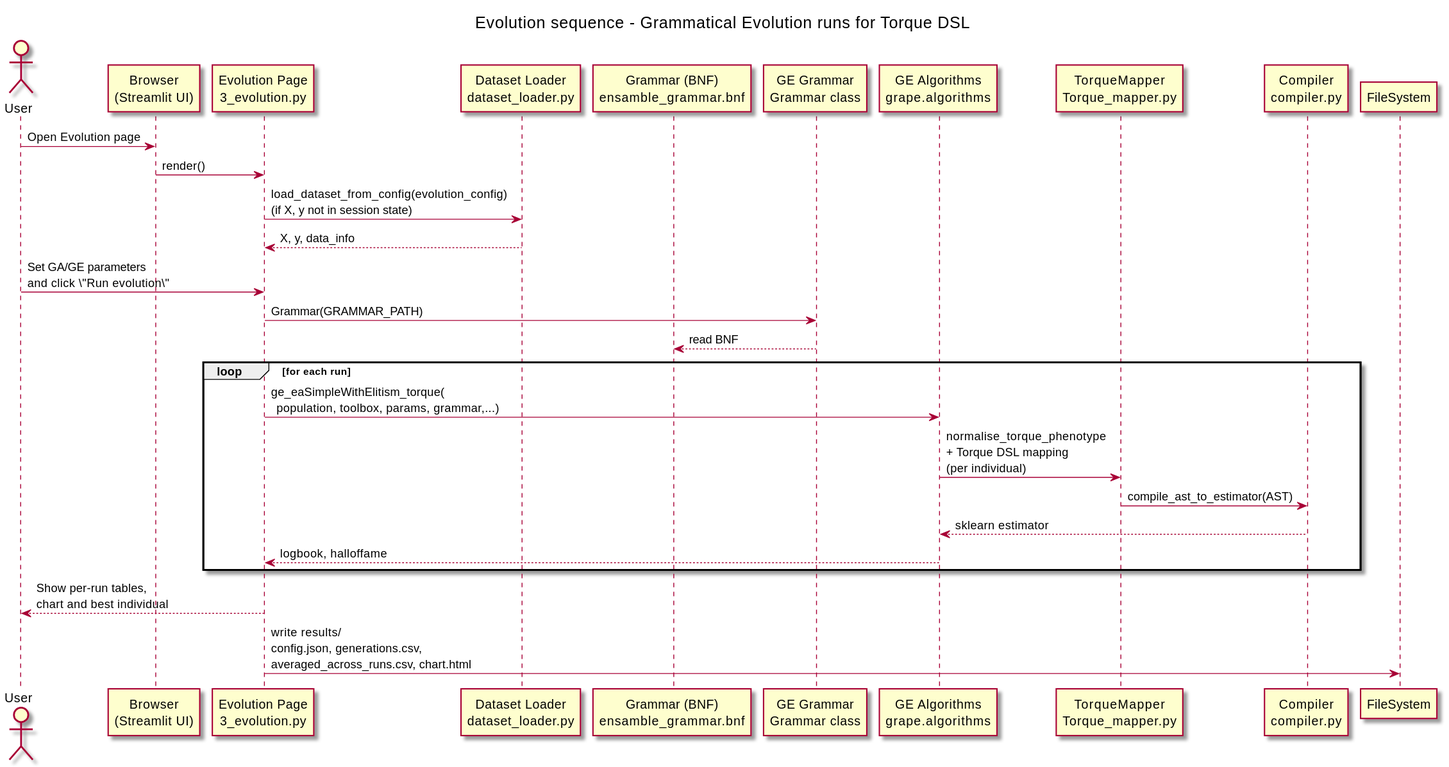
This is out/Document/evolution_sequence/evolution_sequence.svg from aghilhooshmand/Torque, a PlantUML export, as it was before one commit.
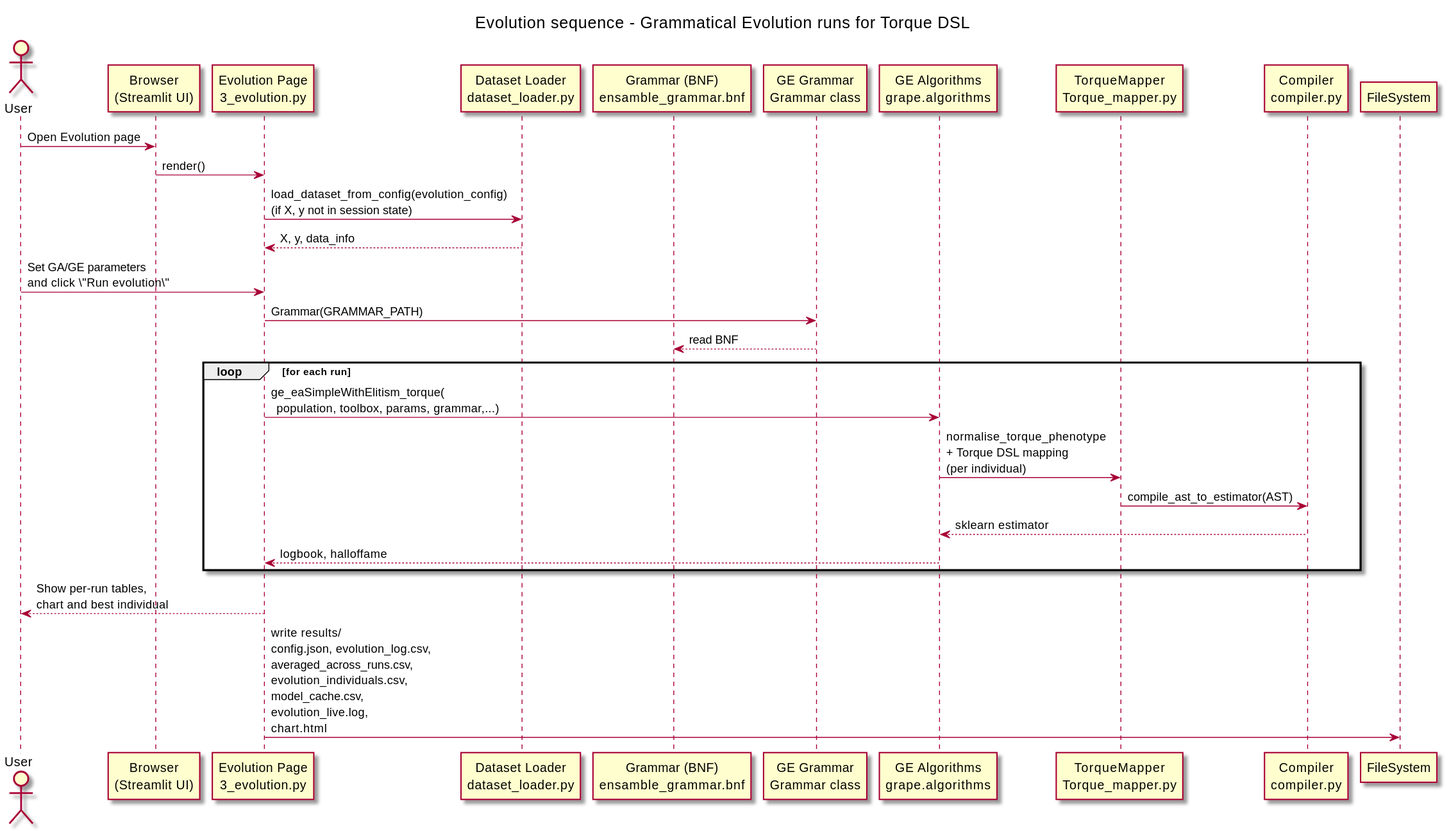
Later version of the same file.

Change to the diagram source:
```diff
@@ -30,6 +30,6 @@
 end
 
 EvoUI --> User: Show per-run tables,\nchart and best individual
-EvoUI -> FileSystem: write results/\nconfig.json, generations.csv,\naveraged_across_runs.csv, chart.html
+EvoUI -> FileSystem: write results/\nconfig.json, evolution_log.csv,\naveraged_across_runs.csv,\nevolution_individuals.csv,\nmodel_cache.csv,\nevolution_live.log,\nchart.html
 
 @enduml
```
